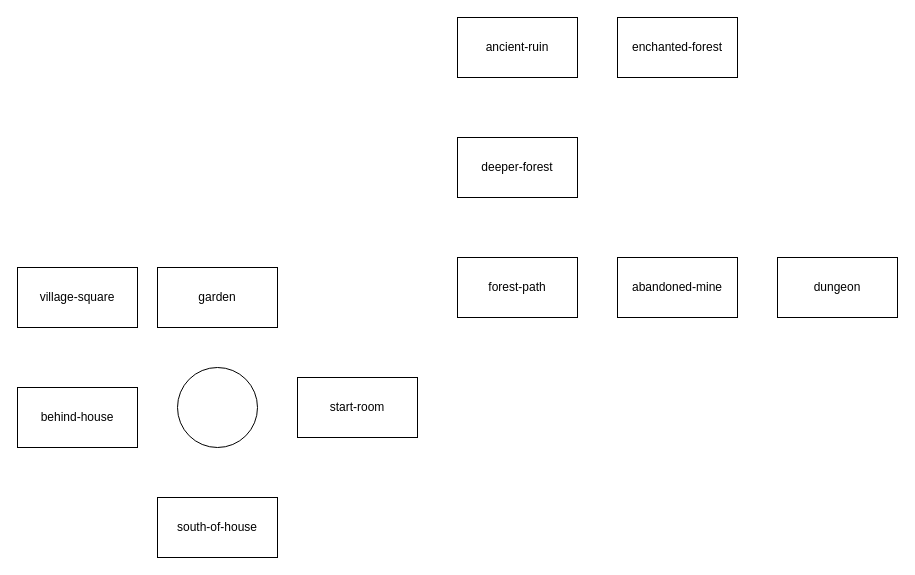
Kedoichi/Zoork keeps this draw.io diagram as Untitled.drawio. Above is the earlier version. Source tidied: cells renumbered, new cells numbered last; positions are measured from the earlier drawing's top-left corner, leaving out a move shared by most shapes. Both pictures are drawn from the tidied source at 100%, with x=0, y=0 at pixel (17, 17).
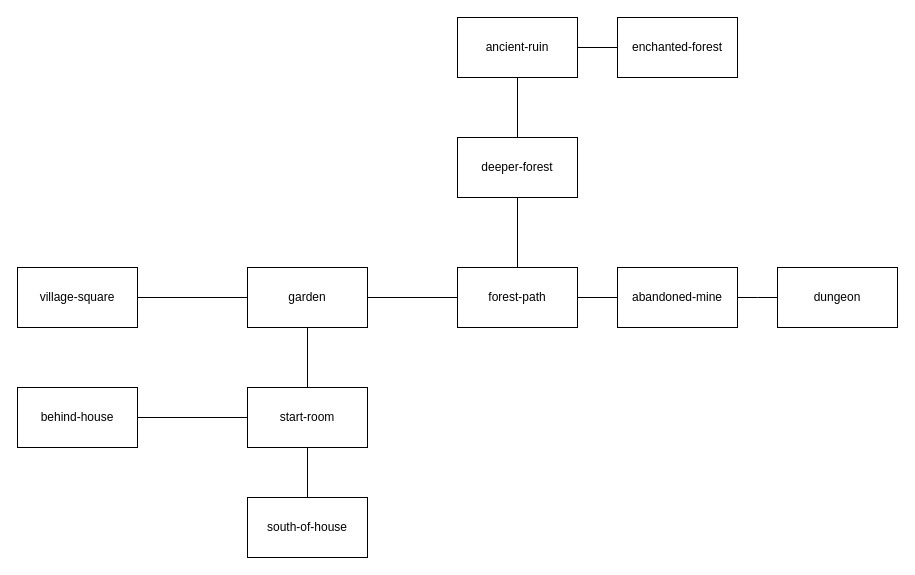
The same page after the edit.

Unchanged cells that the change refers to:
```xml
<mxCell id="4" value="behind-house" style="rounded=0;whiteSpace=wrap;html=1;" parent="1" vertex="1">
  <mxGeometry y="370" width="120" height="60" as="geometry" />
</mxCell>
<mxCell id="6" value="village-square" style="rounded=0;whiteSpace=wrap;html=1;" parent="1" vertex="1">
  <mxGeometry y="250" width="120" height="60" as="geometry" />
</mxCell>
<mxCell id="9" value="deeper-forest" style="rounded=0;whiteSpace=wrap;html=1;" parent="1" vertex="1">
  <mxGeometry x="440" y="120" width="120" height="60" as="geometry" />
</mxCell>
<mxCell id="10" value="ancient-ruin" style="rounded=0;whiteSpace=wrap;html=1;" parent="1" vertex="1">
  <mxGeometry x="440" width="120" height="60" as="geometry" />
</mxCell>
<mxCell id="11" value="enchanted-forest" style="rounded=0;whiteSpace=wrap;html=1;" parent="1" vertex="1">
  <mxGeometry x="600" width="120" height="60" as="geometry" />
</mxCell>
```

Diff of the diagram source:
```diff
@@
+    <mxCell id="14" style="edgeStyle=orthogonalEdgeStyle;rounded=0;jettySize=auto;html=1;exitX=0.5;exitY=1;exitDx=0;exitDy=0;entryX=0.5;entryY=0;entryDx=0;entryDy=0;endArrow=none;endFill=0;" parent="1" edge="1" source="2" target="3">
+      <mxGeometry relative="1" as="geometry" />
+    </mxCell>
+    <mxCell id="15" style="edgeStyle=orthogonalEdgeStyle;rounded=0;jettySize=auto;html=1;exitX=0;exitY=0.5;exitDx=0;exitDy=0;endArrow=none;endFill=0;" parent="1" edge="1" source="2" target="4">
+      <mxGeometry relative="1" as="geometry" />
+    </mxCell>
+    <mxCell id="16" style="edgeStyle=orthogonalEdgeStyle;rounded=0;jettySize=auto;html=1;exitX=0.5;exitY=0;exitDx=0;exitDy=0;entryX=0.5;entryY=1;entryDx=0;entryDy=0;endArrow=none;endFill=0;" parent="1" edge="1" source="2" target="5">
+      <mxGeometry relative="1" as="geometry" />
+    </mxCell>
     <mxCell id="2" value="start-room" style="rounded=0;whiteSpace=wrap;html=1;" parent="1" vertex="1">
-      <mxGeometry x="280" y="360" width="120" height="60" as="geometry" />
+      <mxGeometry x="230" y="370" width="120" height="60" as="geometry" />
     </mxCell>
     <mxCell id="3" value="south-of-house" style="rounded=0;whiteSpace=wrap;html=1;" parent="1" vertex="1">
-      <mxGeometry x="140" y="480" width="120" height="60" as="geometry" />
+      <mxGeometry x="230" y="480" width="120" height="60" as="geometry" />
     </mxCell>
@@
+    <mxCell id="17" style="edgeStyle=orthogonalEdgeStyle;rounded=0;jettySize=auto;html=1;exitX=0;exitY=0.5;exitDx=0;exitDy=0;entryX=1;entryY=0.5;entryDx=0;entryDy=0;endArrow=none;endFill=0;" parent="1" edge="1" source="5" target="6">
+      <mxGeometry relative="1" as="geometry" />
+    </mxCell>
+    <mxCell id="18" style="edgeStyle=orthogonalEdgeStyle;rounded=0;jettySize=auto;html=1;entryX=0;entryY=0.5;entryDx=0;entryDy=0;endArrow=none;endFill=0;" parent="1" edge="1" source="5" target="7">
+      <mxGeometry relative="1" as="geometry" />
+    </mxCell>
     <mxCell id="5" value="garden" style="rounded=0;whiteSpace=wrap;html=1;" parent="1" vertex="1">
-      <mxGeometry x="140" y="250" width="120" height="60" as="geometry" />
+      <mxGeometry x="230" y="250" width="120" height="60" as="geometry" />
     </mxCell>
@@
+    <mxCell id="19" style="edgeStyle=orthogonalEdgeStyle;rounded=0;jettySize=auto;html=1;exitX=1;exitY=0.5;exitDx=0;exitDy=0;entryX=0;entryY=0.5;entryDx=0;entryDy=0;endArrow=none;endFill=0;" parent="1" edge="1" source="7" target="8">
+      <mxGeometry relative="1" as="geometry" />
+    </mxCell>
+    <mxCell id="20" style="edgeStyle=orthogonalEdgeStyle;rounded=0;jettySize=auto;html=1;exitX=0.5;exitY=0;exitDx=0;exitDy=0;entryX=0.5;entryY=1;entryDx=0;entryDy=0;endArrow=none;endFill=0;" parent="1" edge="1" source="7" target="9">
+      <mxGeometry relative="1" as="geometry" />
+    </mxCell>
     <mxCell id="7" value="forest-path" style="rounded=0;whiteSpace=wrap;html=1;" parent="1" vertex="1">
-      <mxGeometry x="440" y="240" width="120" height="60" as="geometry" />
+      <mxGeometry x="440" y="250" width="120" height="60" as="geometry" />
     </mxCell>
+    <mxCell id="21" style="edgeStyle=orthogonalEdgeStyle;rounded=0;jettySize=auto;html=1;exitX=1;exitY=0.5;exitDx=0;exitDy=0;entryX=0;entryY=0.5;entryDx=0;entryDy=0;endArrow=none;endFill=0;" parent="1" edge="1" source="8" target="12">
+      <mxGeometry relative="1" as="geometry">
+        <Array as="points">
+          <mxPoint x="740" y="280" />
+          <mxPoint x="740" y="280" />
+        </Array>
+      </mxGeometry>
+    </mxCell>
     <mxCell id="8" value="abandoned-mine" style="rounded=0;whiteSpace=wrap;html=1;" parent="1" vertex="1">
-      <mxGeometry x="600" y="240" width="120" height="60" as="geometry" />
+      <mxGeometry x="600" y="250" width="120" height="60" as="geometry" />
     </mxCell>
+    <mxCell id="22" style="edgeStyle=orthogonalEdgeStyle;rounded=0;jettySize=auto;html=1;exitX=0.5;exitY=0;exitDx=0;exitDy=0;endArrow=none;endFill=0;" parent="1" edge="1" source="9" target="10">
+      <mxGeometry relative="1" as="geometry" />
+    </mxCell>
@@
+    <mxCell id="23" style="edgeStyle=orthogonalEdgeStyle;rounded=0;jettySize=auto;html=1;endArrow=none;endFill=0;" parent="1" edge="1" source="10" target="11">
+      <mxGeometry relative="1" as="geometry" />
+    </mxCell>
@@
     <mxCell id="12" value="dungeon" style="rounded=0;whiteSpace=wrap;html=1;" parent="1" vertex="1">
-      <mxGeometry x="760" y="240" width="120" height="60" as="geometry" />
+      <mxGeometry x="760" y="250" width="120" height="60" as="geometry" />
     </mxCell>
-    <mxCell id="13" style="ellipse;whiteSpace=wrap;html=1;" parent="1" vertex="1">
-      <mxGeometry x="160" y="350" width="80" height="80" as="geometry" />
-    </mxCell>
```
